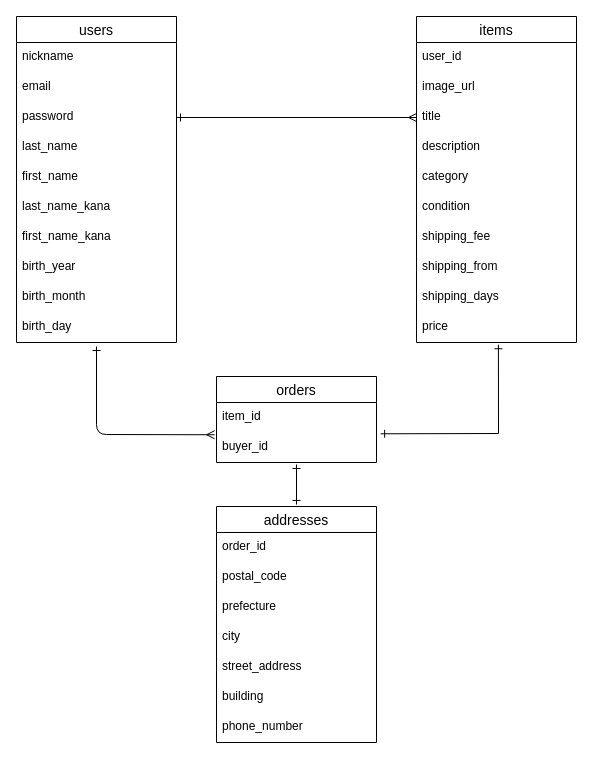
This is furuma.dio from oneplateosc/furima-40475, a draw.io file, before an edit. Source tidied: cells renumbered, new cells numbered last; positions are measured from the earlier drawing's top-left corner, leaving out a move shared by most shapes. Both pictures are drawn from the tidied source at 100%, with x=0, y=0 at pixel (16, 16).
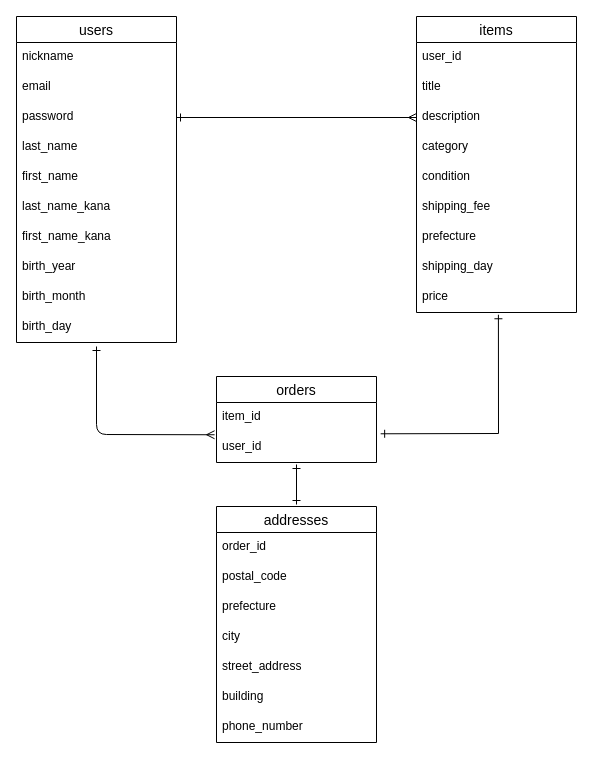
After the change.

Commit message (it also covers changes not shown here):
ER図、データベース設計2

Unchanged cells that the change refers to:
```xml
<mxCell id="5" value="password" style="text;strokeColor=none;fillColor=none;spacingLeft=4;spacingRight=4;overflow=hidden;points=[[0,0.5],[1,0.5]];portConstraint=eastwest;fontSize=12;" parent="2" vertex="1">
  <mxGeometry y="86" width="160" height="30" as="geometry" />
</mxCell>
<mxCell id="24" value="orders" style="swimlane;fontStyle=0;horizontal=1;startSize=26;align=center;fontSize=14;" parent="1" vertex="1">
  <mxGeometry x="200" y="360" width="160" height="86" as="geometry" />
</mxCell>
```

Diff of the diagram source:
```diff
@@
     <mxCell id="13" value="items" style="swimlane;fontStyle=0;horizontal=1;startSize=26;align=center;fontSize=14;" parent="1" vertex="1">
-      <mxGeometry x="400" width="160" height="326" as="geometry" />
+      <mxGeometry x="400" width="160" height="296" as="geometry" />
     </mxCell>
@@
-    <mxCell id="15" value="image_url" style="text;strokeColor=none;fillColor=none;spacingLeft=4;spacingRight=4;overflow=hidden;fontSize=12;" parent="13" vertex="1">
-      <mxGeometry y="56" width="160" height="30" as="geometry" />
-    </mxCell>
     <mxCell id="16" value="title" style="text;strokeColor=none;fillColor=none;spacingLeft=4;spacingRight=4;overflow=hidden;points=[[0,0.5],[1,0.5]];portConstraint=eastwest;fontSize=12;" parent="13" vertex="1">
-      <mxGeometry y="86" width="160" height="30" as="geometry" />
+      <mxGeometry y="56" width="160" height="30" as="geometry" />
     </mxCell>
     <mxCell id="17" value="description" style="text;strokeColor=none;fillColor=none;spacingLeft=4;spacingRight=4;overflow=hidden;points=[[0,0.5],[1,0.5]];portConstraint=eastwest;fontSize=12;" parent="13" vertex="1">
-      <mxGeometry y="116" width="160" height="30" as="geometry" />
+      <mxGeometry y="86" width="160" height="30" as="geometry" />
     </mxCell>
     <mxCell id="18" value="category" style="text;strokeColor=none;fillColor=none;spacingLeft=4;spacingRight=4;overflow=hidden;fontSize=12;" parent="13" vertex="1">
-      <mxGeometry y="146" width="160" height="30" as="geometry" />
+      <mxGeometry y="116" width="160" height="30" as="geometry" />
     </mxCell>
     <mxCell id="19" value="condition" style="text;strokeColor=none;fillColor=none;spacingLeft=4;spacingRight=4;overflow=hidden;fontSize=12;" parent="13" vertex="1">
-      <mxGeometry y="176" width="160" height="30" as="geometry" />
+      <mxGeometry y="146" width="160" height="30" as="geometry" />
     </mxCell>
     <mxCell id="20" value="shipping_fee" style="text;strokeColor=none;fillColor=none;spacingLeft=4;spacingRight=4;overflow=hidden;fontSize=12;" parent="13" vertex="1">
-      <mxGeometry y="206" width="160" height="30" as="geometry" />
+      <mxGeometry y="176" width="160" height="30" as="geometry" />
     </mxCell>
-    <mxCell id="21" value="shipping_from" style="text;strokeColor=none;fillColor=none;spacingLeft=4;spacingRight=4;overflow=hidden;fontSize=12;" parent="13" vertex="1">
-      <mxGeometry y="236" width="160" height="30" as="geometry" />
+    <mxCell id="21" value="prefecture" style="text;strokeColor=none;fillColor=none;spacingLeft=4;spacingRight=4;overflow=hidden;fontSize=12;" parent="13" vertex="1">
+      <mxGeometry y="206" width="160" height="30" as="geometry" />
     </mxCell>
-    <mxCell id="22" value="shipping_days" style="text;strokeColor=none;fillColor=none;spacingLeft=4;spacingRight=4;overflow=hidden;fontSize=12;" parent="13" vertex="1">
-      <mxGeometry y="266" width="160" height="30" as="geometry" />
+    <mxCell id="22" value="shipping_day" style="text;strokeColor=none;fillColor=none;spacingLeft=4;spacingRight=4;overflow=hidden;fontSize=12;" parent="13" vertex="1">
+      <mxGeometry y="236" width="160" height="30" as="geometry" />
     </mxCell>
     <mxCell id="23" value="price" style="text;strokeColor=none;fillColor=none;spacingLeft=4;spacingRight=4;overflow=hidden;points=[[0,0.5],[1,0.5]];portConstraint=eastwest;fontSize=12;" parent="13" vertex="1">
-      <mxGeometry y="296" width="160" height="30" as="geometry" />
+      <mxGeometry y="266" width="160" height="30" as="geometry" />
     </mxCell>
@@
-    <mxCell id="26" value="buyer_id" style="text;strokeColor=none;fillColor=none;spacingLeft=4;spacingRight=4;overflow=hidden;points=[[0,0.5],[1,0.5]];portConstraint=eastwest;fontSize=12;" parent="24" vertex="1">
+    <mxCell id="26" value="user_id" style="text;strokeColor=none;fillColor=none;spacingLeft=4;spacingRight=4;overflow=hidden;points=[[0,0.5],[1,0.5]];portConstraint=eastwest;fontSize=12;" parent="24" vertex="1">
       <mxGeometry y="56" width="160" height="30" as="geometry" />
     </mxCell>
@@
-    <mxCell id="29" style="edgeStyle=none;html=1;exitX=1;exitY=0.5;exitDx=0;exitDy=0;entryX=0;entryY=0.5;entryDx=0;entryDy=0;startArrow=ERone;startFill=0;endArrow=ERmany;endFill=0;" parent="1" edge="1" source="5" target="16">
+    <mxCell id="29" style="edgeStyle=none;html=1;exitX=1;exitY=0.5;exitDx=0;exitDy=0;entryX=0;entryY=0.5;entryDx=0;entryDy=0;startArrow=ERone;startFill=0;endArrow=ERmany;endFill=0;" parent="1" edge="1" source="5" target="17">
       <mxGeometry relative="1" as="geometry" />
     </mxCell>
```
